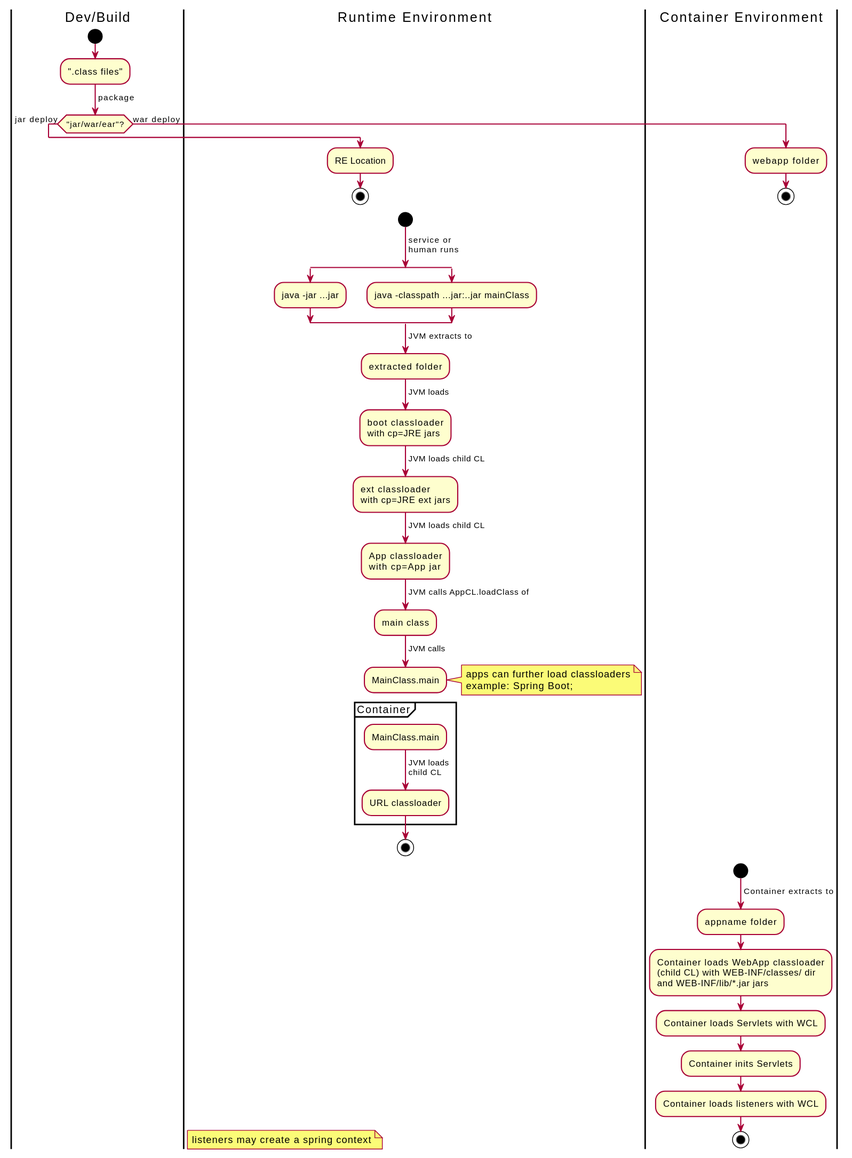
The PlantUML diagram diys/diagrams/bootstrapwithcl.svg in pchethan/diys, before a commit. The source it was exported from:
```plantuml
@startuml
skinparam style strictuml
skinparam defaultFontName Arial

|Dev/Build|
start
:".class files";
-> package;
if ("jar/war/ear"?) equals (jar) then
->jar deploy;
|Runtime Environment|
:RE Location;
stop
else
->war deploy;
|Container Environment|
:webapp folder;
stop
endif


|Runtime Environment|
start
-> service or
human runs;
split
:java -jar ...jar;
split again
:java -classpath ...jar:..jar mainClass;
end split
->JVM extracts to;
:extracted folder;
->JVM loads;
:boot classloader
with cp=JRE jars;
->JVM loads child CL;
:ext classloader
with cp=JRE ext jars;
->JVM loads child CL;
:App classloader
with cp=App jar;
->JVM calls AppCL.loadClass of;
:main class;
->JVM calls;
:MainClass.main;
note right
apps can further load classloaders
example: Spring Boot;
end note
-[hidden]->

partition Container {
:MainClass.main;
-> JVM loads
child CL;
:URL classloader;
}
stop

|Container Environment|
start
->Container extracts to;
:appname folder;
:Container loads WebApp classloader
(child CL) with WEB-INF/classes/ dir
and WEB-INF/lib/*.jar jars;
:Container loads Servlets with WCL;
:Container inits Servlets;
:Container loads listeners with WCL;
stop

|Runtime Environment|
floating note left
listeners may create a spring context
end note
@enduml
```
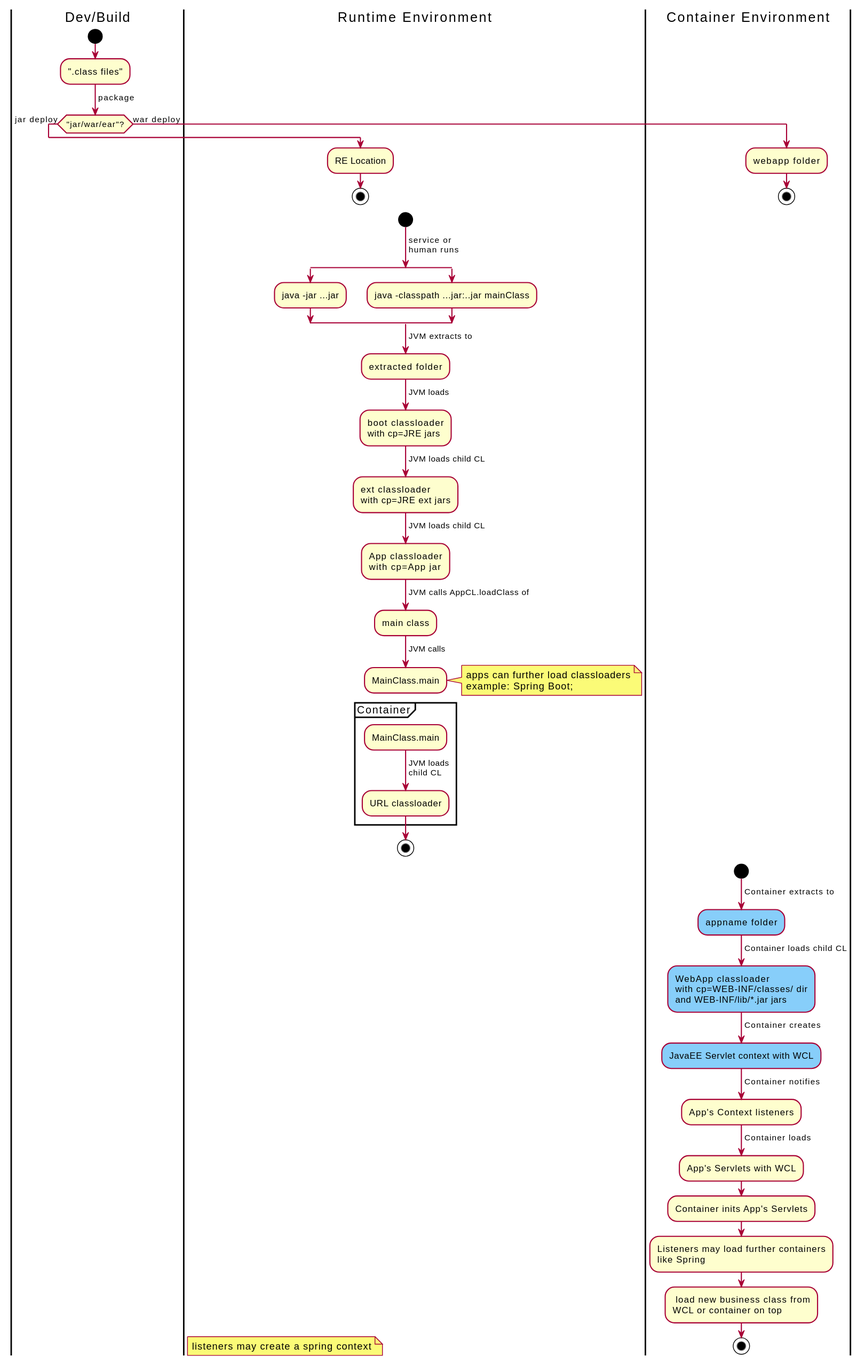
Above is the later version.

What changed in the source:
```diff
@@ -60,13 +60,23 @@
 |Container Environment|
 start
 ->Container extracts to;
-:appname folder;
-:Container loads WebApp classloader
-(child CL) with WEB-INF/classes/ dir
+#LightSkyBlue:appname folder;
+->Container loads child CL;
+#LightSkyBlue:WebApp classloader
+with cp=WEB-INF/classes/ dir
 and WEB-INF/lib/*.jar jars;
-:Container loads Servlets with WCL;
-:Container inits Servlets;
-:Container loads listeners with WCL;
+
+->Container creates;
+#LightSkyBlue:JavaEE Servlet context with WCL;
+->Container notifies;
+:App's Context listeners;
+->Container loads;
+:App's Servlets with WCL;
+:Container inits App's Servlets;
+:Listeners may load further containers
+like Spring;
+: load new business class from
+WCL or container on top;
 stop
 
 |Runtime Environment|
```
